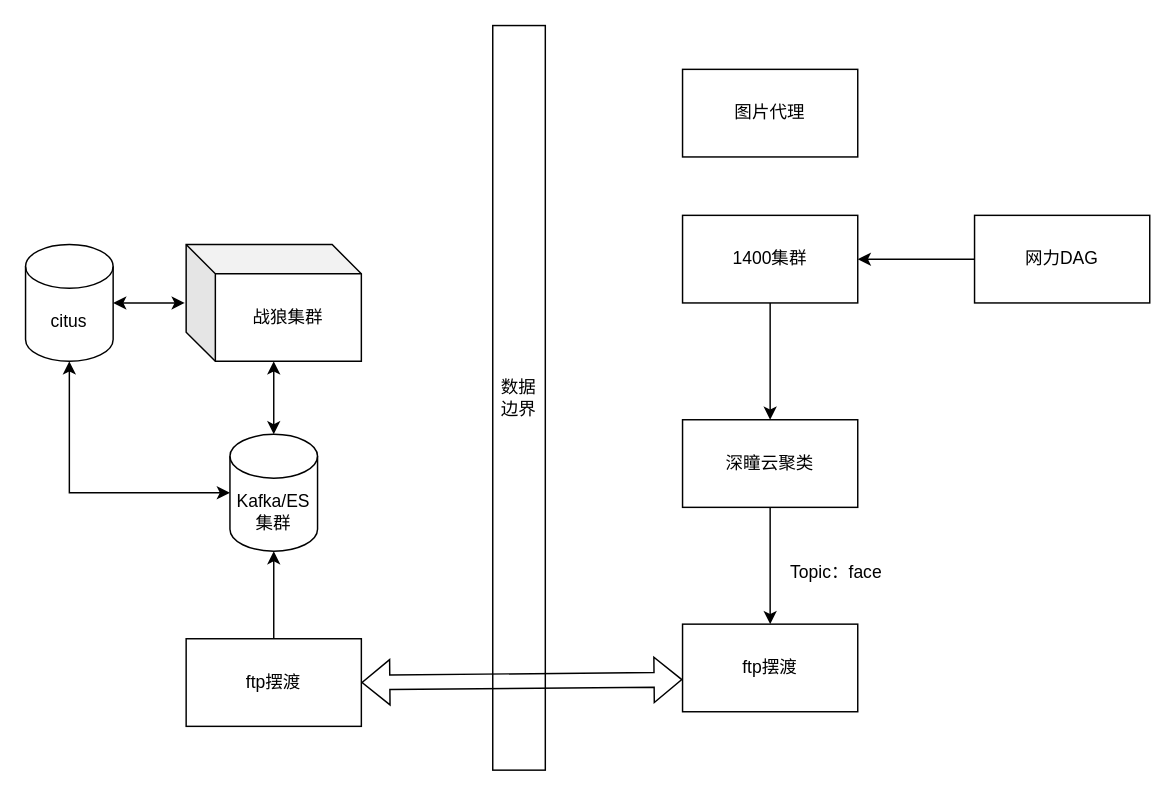
The draw.io diagram wolf.drawio in gaojila/drawio, before the edit. Source tidied: cells renumbered, new cells numbered last; positions are measured from the earlier drawing's top-left corner, leaving out a move shared by most shapes. Both pictures are drawn from the tidied source at 146%, with x=0, y=0 at pixel (25, 25).
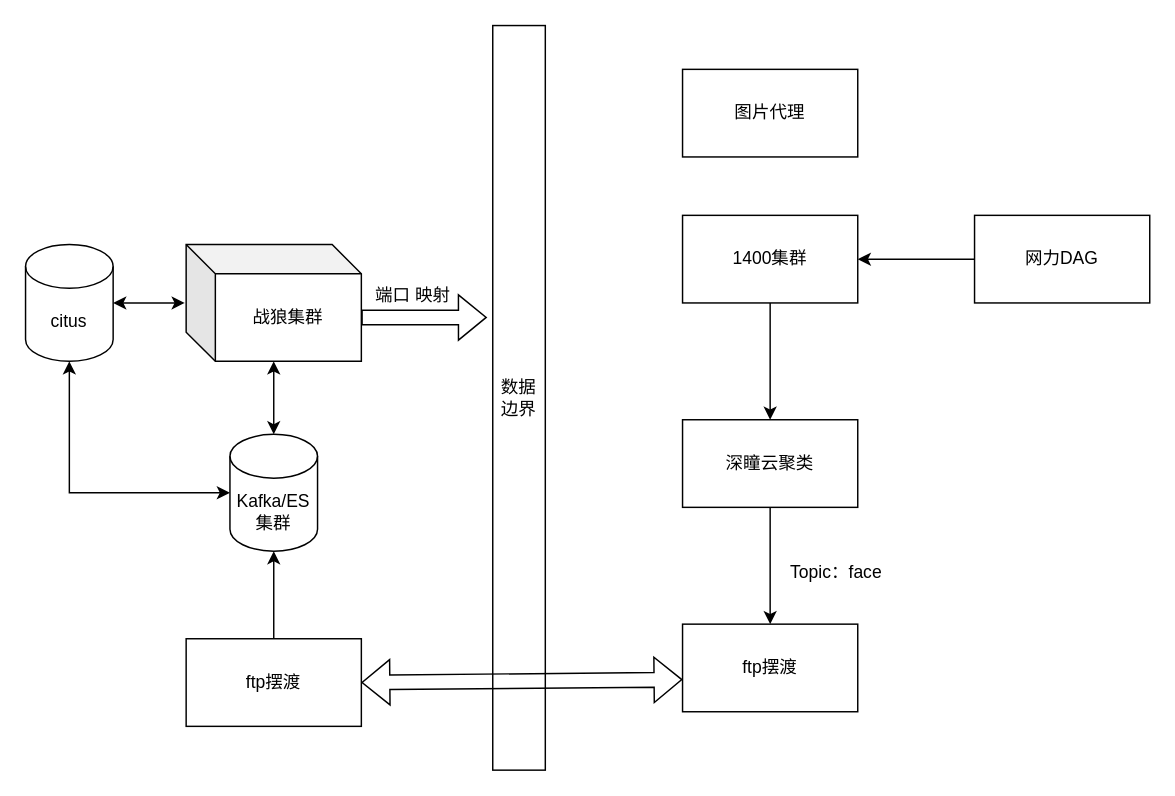
The same page after the edit.

The change refers to these unchanged cells:
```xml
<mxCell id="2" value="数据边界" style="rounded=0;whiteSpace=wrap;html=1;hachureGap=4;" parent="1" vertex="1">
  <mxGeometry x="320" width="36" height="510" as="geometry" />
</mxCell>
<mxCell id="14" value="战狼集群" style="shape=cube;whiteSpace=wrap;html=1;boundedLbl=1;backgroundOutline=1;darkOpacity=0.05;darkOpacity2=0.1;" parent="1" vertex="1">
  <mxGeometry x="110" y="150" width="120" height="80" as="geometry" />
</mxCell>
```

Change to the diagram source:
```diff
@@
+    <mxCell id="21" style="shape=flexArrow;endArrow=classic;html=1;rounded=0;exitX=0;exitY=0;exitDx=120;exitDy=50;exitPerimeter=0;entryX=-0.111;entryY=0.392;entryDx=0;entryDy=0;entryPerimeter=0;" parent="1" edge="1" source="14" target="2">
+      <mxGeometry relative="1" as="geometry" />
+    </mxCell>
+    <mxCell id="22" value="端口 映射" style="text;html=1;align=center;verticalAlign=middle;strokeColor=none;fillColor=none;" parent="1" vertex="1">
+      <mxGeometry x="230" y="170" width="70" height="30" as="geometry" />
+    </mxCell>
```
